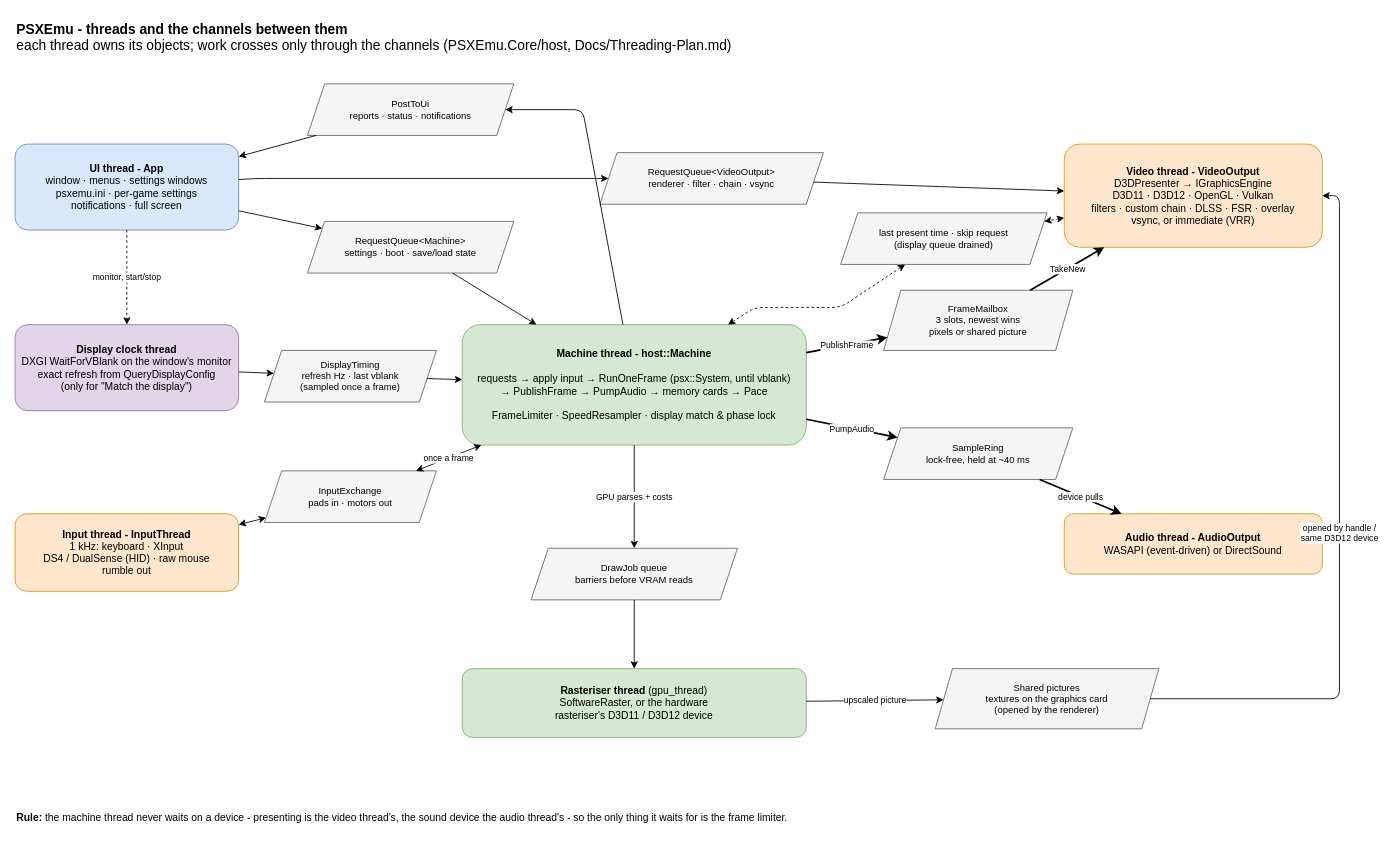
Earlier version of the draw.io diagram page "Threads and data flow" (2 of 2) of Docs/Architecture.drawio (Noplace/PsxEmu). Source tidied: cells renumbered, new cells numbered last; positions are measured from the earlier drawing's top-left corner, leaving out a move shared by most shapes. Both pictures are drawn from the tidied source at 86%, with x=0, y=0 at pixel (15, 15).
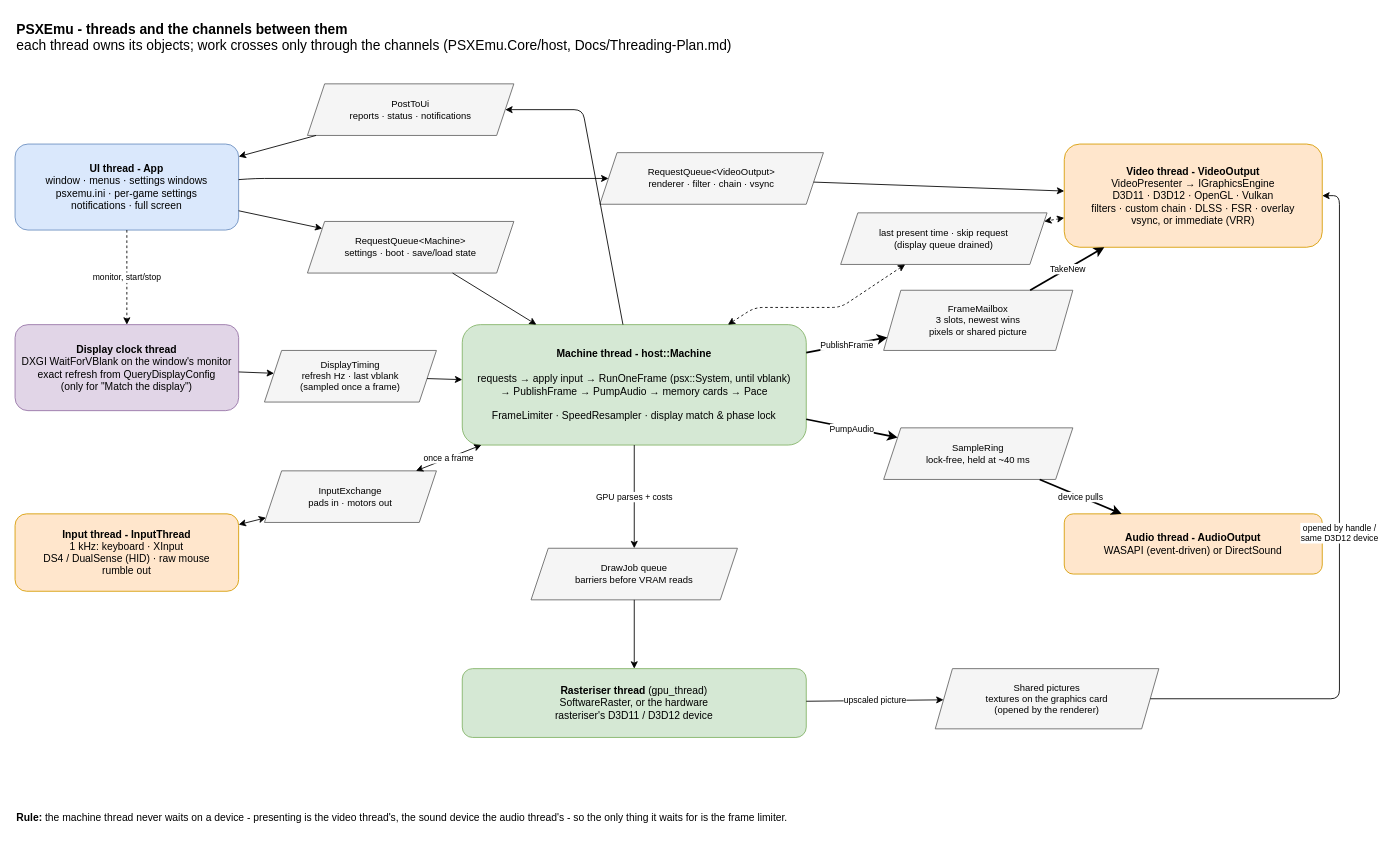
The same page after the edit.

The edit, as a diff of the source:
```diff
@@
-    <mxCell id="5" value="&lt;b&gt;Video thread - VideoOutput&lt;/b&gt;&lt;br&gt;D3DPresenter → IGraphicsEngine&lt;br&gt;D3D11 · D3D12 · OpenGL · Vulkan&lt;br&gt;filters · custom chain · DLSS · FSR · overlay&lt;br&gt;vsync, or immediate (VRR)" style="rounded=1;whiteSpace=wrap;html=1;fillColor=#ffe6cc;strokeColor=#d79b00;fontSize=12;" parent="1" vertex="1">
+    <mxCell id="5" value="&lt;b&gt;Video thread - VideoOutput&lt;/b&gt;&lt;br&gt;VideoPresenter → IGraphicsEngine&lt;br&gt;D3D11 · D3D12 · OpenGL · Vulkan&lt;br&gt;filters · custom chain · DLSS · FSR · overlay&lt;br&gt;vsync, or immediate (VRR)" style="rounded=1;whiteSpace=wrap;html=1;fillColor=#ffe6cc;strokeColor=#d79b00;fontSize=12;" parent="1" vertex="1">
       <mxGeometry x="1220" y="150" width="300" height="120" as="geometry" />
     </mxCell>
```
